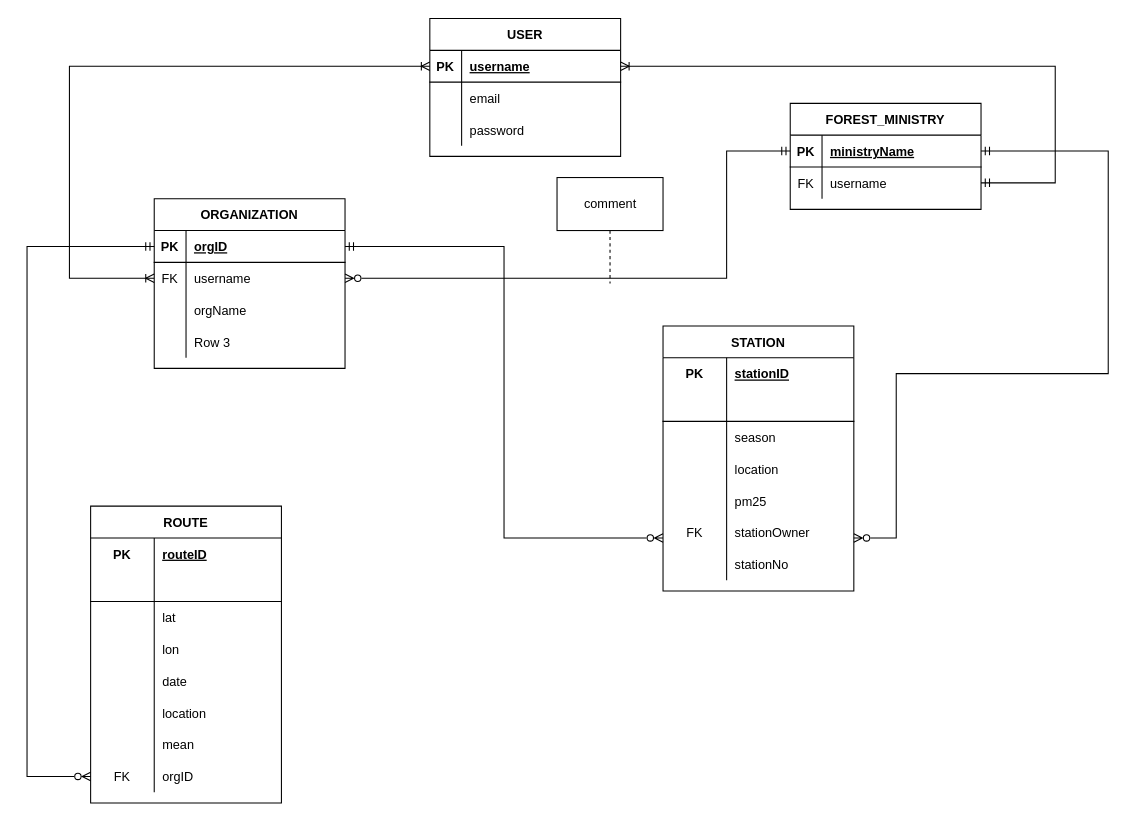
The draw.io diagram z-design/EERD.drawio in zorojuro75/CSE303-sec-03-Group-03, before the edit. Source tidied: cells renumbered, new cells numbered last; positions are measured from the earlier drawing's top-left corner, leaving out a move shared by most shapes. Both pictures are drawn from the tidied source at 106%, with x=0, y=0 at pixel (26, 18).
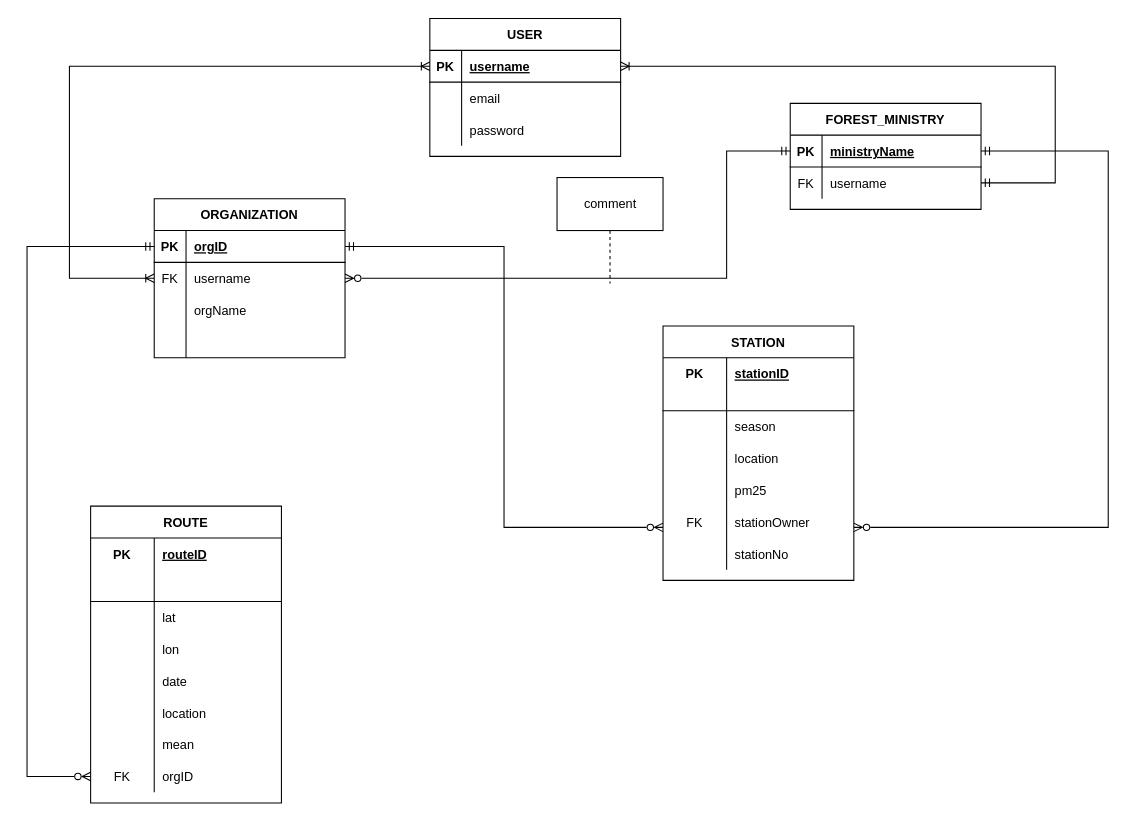
After the change.

The change refers to these unchanged cells:
```xml
<mxCell id="22" style="shape=tableRow;horizontal=0;startSize=0;swimlaneHead=0;swimlaneBody=0;fillColor=none;top=0;left=0;right=0;bottom=0;" parent="12" vertex="1">
  <mxGeometry y="120" width="180" height="30" as="geometry" />
</mxCell>
<mxCell id="28" style="shape=tableRow;horizontal=0;startSize=0;swimlaneHead=0;swimlaneBody=0;fillColor=none;points=[[0,0.5],[1,0.5]];portConstraint=eastwest;top=0;left=0;right=0;bottom=1;" parent="27" vertex="1">
  <mxGeometry y="30" width="180" height="30" as="geometry" />
</mxCell>
```

The edit, as a diff of the source:
```diff
@@
     <mxCell id="12" value="ORGANIZATION" style="shape=table;startSize=30;childLayout=tableLayout;rowLines=0;fontStyle=1;align=center;" parent="1" vertex="1">
-      <mxGeometry x="120" y="170" width="180" height="160" as="geometry" />
+      <mxGeometry x="120" y="170" width="180" height="150" as="geometry" />
     </mxCell>
@@
-    <mxCell id="24" value="Row 3" style="shape=partialRectangle;fillColor=none;top=0;left=0;bottom=0;right=0;align=left;spacingLeft=6;overflow=hidden;" parent="22" vertex="1">
+    <mxCell id="24" style="shape=partialRectangle;fillColor=none;top=0;left=0;bottom=0;right=0;align=left;spacingLeft=6;overflow=hidden;" parent="22" vertex="1">
       <mxGeometry x="30" width="150" height="30" as="geometry" />
     </mxCell>
@@
     <mxCell id="61" value="STATION" style="shape=table;startSize=30;childLayout=tableLayout;rowLines=0;fontStyle=1;align=center;" parent="1" vertex="1">
-      <mxGeometry x="600" y="290" width="180" height="250" as="geometry" />
+      <mxGeometry x="600" y="290" width="180" height="240" as="geometry" />
     </mxCell>
@@
     <mxCell id="65" style="shape=tableRow;horizontal=0;startSize=0;swimlaneHead=0;swimlaneBody=0;fillColor=none;top=0;left=0;right=0;bottom=1;" parent="61" vertex="1">
-      <mxGeometry y="60" width="180" height="30" as="geometry" />
+      <mxGeometry y="60" width="180" height="20" as="geometry" />
     </mxCell>
     <mxCell id="66" style="shape=partialRectangle;fillColor=none;top=0;left=0;bottom=0;right=0;fontStyle=1;overflow=hidden;" parent="65" vertex="1">
-      <mxGeometry width="60" height="30" as="geometry" />
+      <mxGeometry width="60" height="20" as="geometry" />
     </mxCell>
     <mxCell id="67" style="shape=partialRectangle;fillColor=none;top=0;left=0;bottom=0;right=0;align=left;spacingLeft=6;fontStyle=5;overflow=hidden;" parent="65" vertex="1">
-      <mxGeometry x="60" width="120" height="30" as="geometry" />
+      <mxGeometry x="60" width="120" height="20" as="geometry" />
     </mxCell>
     <mxCell id="68" style="shape=tableRow;horizontal=0;startSize=0;swimlaneHead=0;swimlaneBody=0;fillColor=none;top=0;left=0;right=0;bottom=0;" parent="61" vertex="1">
-      <mxGeometry y="90" width="180" height="30" as="geometry" />
+      <mxGeometry y="80" width="180" height="30" as="geometry" />
     </mxCell>
@@
     <mxCell id="71" style="shape=tableRow;horizontal=0;startSize=0;swimlaneHead=0;swimlaneBody=0;fillColor=none;top=0;left=0;right=0;bottom=0;" parent="61" vertex="1">
-      <mxGeometry y="120" width="180" height="30" as="geometry" />
+      <mxGeometry y="110" width="180" height="30" as="geometry" />
     </mxCell>
@@
     <mxCell id="74" style="shape=tableRow;horizontal=0;startSize=0;swimlaneHead=0;swimlaneBody=0;fillColor=none;top=0;left=0;right=0;bottom=0;" parent="61" vertex="1">
-      <mxGeometry y="150" width="180" height="30" as="geometry" />
+      <mxGeometry y="140" width="180" height="30" as="geometry" />
     </mxCell>
@@
     <mxCell id="77" style="shape=tableRow;horizontal=0;startSize=0;swimlaneHead=0;swimlaneBody=0;fillColor=none;points=[[0,0.5],[1,0.5]];portConstraint=eastwest;top=0;left=0;right=0;bottom=0;" parent="61" vertex="1">
-      <mxGeometry y="180" width="180" height="30" as="geometry" />
+      <mxGeometry y="170" width="180" height="30" as="geometry" />
     </mxCell>
@@
     <mxCell id="80" style="shape=tableRow;horizontal=0;startSize=0;swimlaneHead=0;swimlaneBody=0;fillColor=none;top=0;left=0;right=0;bottom=0;" parent="61" vertex="1">
-      <mxGeometry y="210" width="180" height="30" as="geometry" />
+      <mxGeometry y="200" width="180" height="30" as="geometry" />
     </mxCell>
@@
     <mxCell id="84" style="edgeStyle=orthogonalEdgeStyle;rounded=0;jettySize=auto;html=1;startArrow=ERmandOne;startFill=0;endArrow=ERzeroToMany;endFill=0;entryX=1;entryY=0.667;entryDx=0;entryDy=0;exitX=1;exitY=0.5;exitDx=0;exitDy=0;entryPerimeter=0;" parent="1" edge="1" source="28" target="77">
       <mxGeometry relative="1" as="geometry">
         <Array as="points">
           <mxPoint x="1020" y="125" />
-          <mxPoint x="1020" y="335" />
-          <mxPoint x="820" y="335" />
-          <mxPoint x="820" y="490" />
+          <mxPoint x="1020" y="480" />
         </Array>
       </mxGeometry>
     </mxCell>
```
